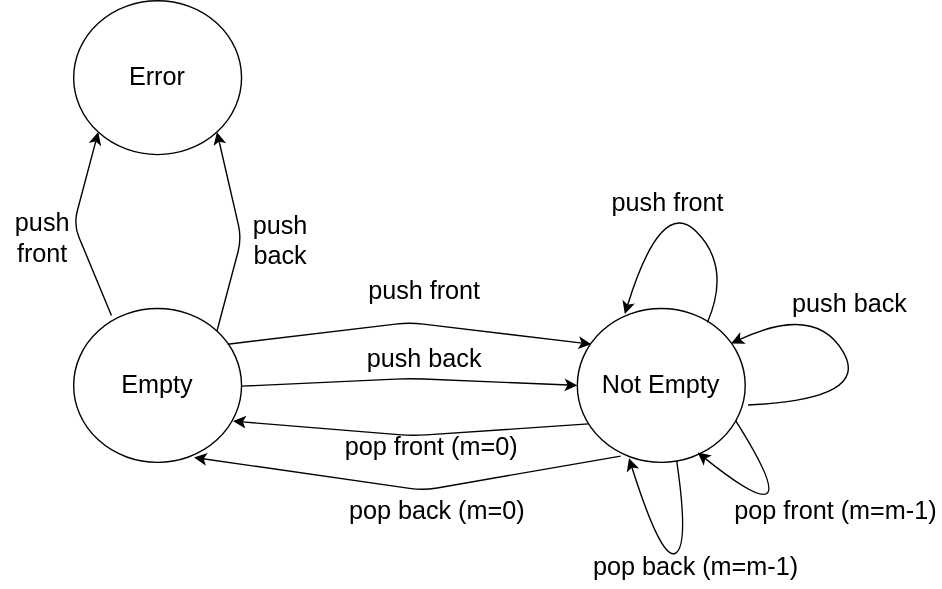
Before: deque/drawio/fsm.drawio.svg, a diagram exported from draw.io (Lorne0/Practice). Source tidied: cells renumbered, new cells last; positions are measured from the earlier drawing's top-left corner, leaving out a move shared by most shapes.
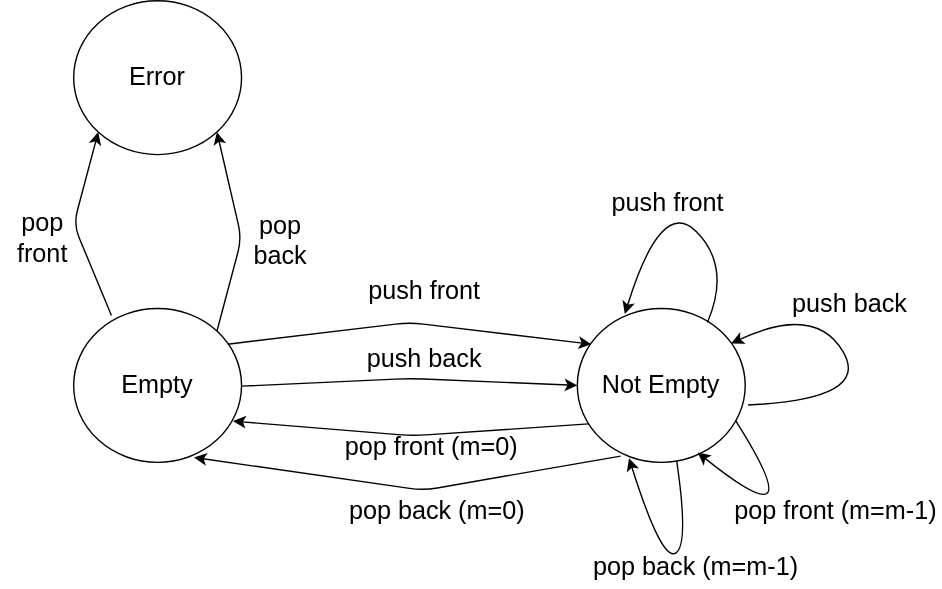
After the change.

Change to the diagram source:
```diff
@@ -25,10 +25,10 @@
         </Array>
       </mxGeometry>
     </mxCell>
-    <mxCell id="7" value="push&lt;br&gt;back" style="text;html=1;strokeColor=none;fillColor=none;align=center;verticalAlign=middle;whiteSpace=wrap;rounded=0;fontSize=18;" parent="1" vertex="1">
+    <mxCell id="7" value="pop&lt;br&gt;back" style="text;html=1;strokeColor=none;fillColor=none;align=center;verticalAlign=middle;whiteSpace=wrap;rounded=0;fontSize=18;" parent="1" vertex="1">
       <mxGeometry x="170" y="142" width="60" height="60" as="geometry" />
     </mxCell>
-    <mxCell id="8" value="push&lt;br&gt;front" style="text;html=1;strokeColor=none;fillColor=none;align=center;verticalAlign=middle;whiteSpace=wrap;rounded=0;fontSize=18;" parent="1" vertex="1">
+    <mxCell id="8" value="pop&lt;br&gt;front" style="text;html=1;strokeColor=none;fillColor=none;align=center;verticalAlign=middle;whiteSpace=wrap;rounded=0;fontSize=18;" parent="1" vertex="1">
       <mxGeometry y="140" width="60" height="60" as="geometry" />
     </mxCell>
     <mxCell id="9" style="endArrow=classic;html=1;fontSize=18;exitX=0.917;exitY=0.232;exitDx=0;exitDy=0;exitPerimeter=0;entryX=0.083;entryY=0.232;entryDx=0;entryDy=0;entryPerimeter=0;" parent="1" edge="1" source="2" target="4">
```
